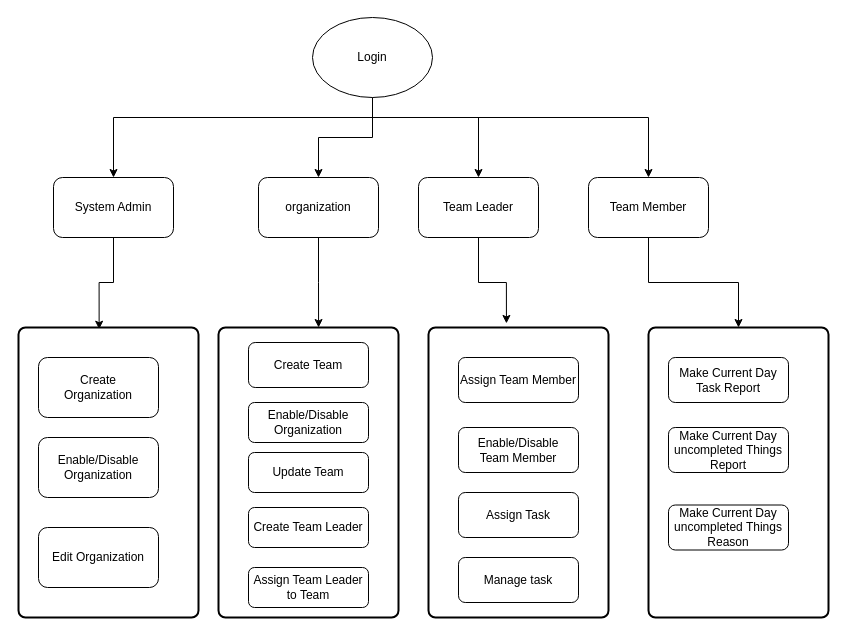
MdGolam-Kibria/ApiForRoadsideHelper keeps this draw.io diagram as dailyStandupMeeting.drawio. Above is the earlier version. Source tidied: cells renumbered, new cells numbered last; positions are measured from the earlier drawing's top-left corner, leaving out a move shared by most shapes. Both pictures are drawn from the tidied source at 100%, with x=0, y=0 at pixel (18, 17).
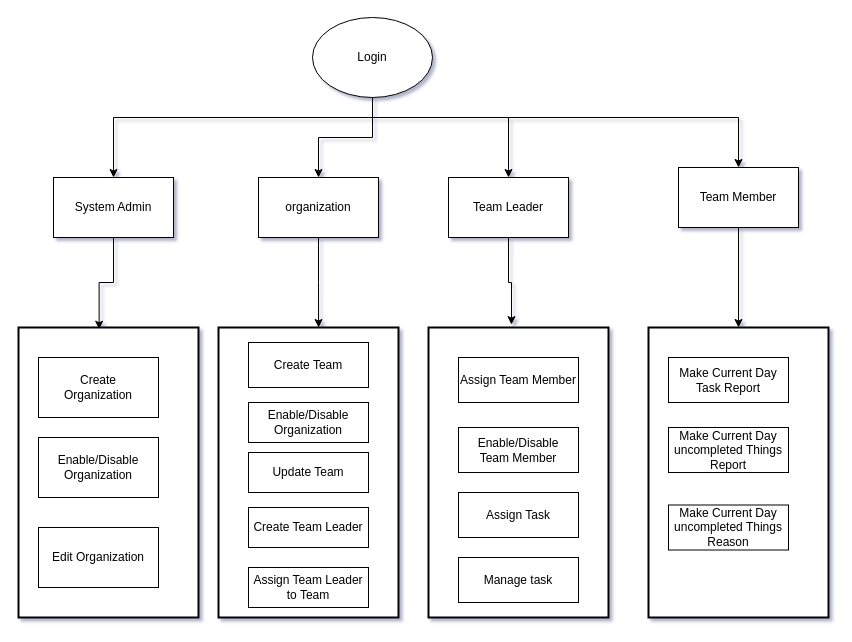
After the change.

Diff of the diagram source:
```diff
@@
-<mxGraphModel>
+<mxGraphModel background="#ffffff" shadow="1">
@@
     <mxCell id="4" style="edgeStyle=orthogonalEdgeStyle;rounded=0;jettySize=auto;html=1;exitX=0.5;exitY=1;exitDx=0;exitDy=0;entryX=0.5;entryY=0;entryDx=0;entryDy=0;" parent="1" edge="1" source="6" target="13">
       <mxGeometry relative="1" as="geometry">
         <Array as="points">
-          <mxPoint x="460" y="100" />
+          <mxPoint x="354" y="100" />
+          <mxPoint x="490" y="100" />
         </Array>
       </mxGeometry>
     </mxCell>
     <mxCell id="5" style="edgeStyle=orthogonalEdgeStyle;rounded=0;jettySize=auto;html=1;exitX=0.5;exitY=1;exitDx=0;exitDy=0;entryX=0.5;entryY=0;entryDx=0;entryDy=0;" parent="1" edge="1" source="6" target="15">
       <mxGeometry relative="1" as="geometry">
         <Array as="points">
-          <mxPoint x="630" y="100" />
+          <mxPoint x="354" y="100" />
+          <mxPoint x="720" y="100" />
         </Array>
       </mxGeometry>
     </mxCell>
-    <mxCell id="6" style="ellipse;whiteSpace=wrap;html=1;" parent="1" vertex="1">
+    <mxCell id="6" style="ellipse;whiteSpace=wrap;html=1;rounded=0;" parent="1" vertex="1">
       <mxGeometry x="294" width="120" height="80" as="geometry" />
     </mxCell>
@@
-    <mxCell id="9" value="System Admin" style="rounded=1;whiteSpace=wrap;html=1;" parent="1" vertex="1">
+    <mxCell id="9" value="System Admin" style="rounded=0;whiteSpace=wrap;html=1;" parent="1" vertex="1">
       <mxGeometry x="35" y="160" width="120" height="60" as="geometry" />
     </mxCell>
@@
-    <mxCell id="11" value="organization" style="rounded=1;whiteSpace=wrap;html=1;" parent="1" vertex="1">
+    <mxCell id="11" value="organization" style="rounded=0;whiteSpace=wrap;html=1;" parent="1" vertex="1">
       <mxGeometry x="240" y="160" width="120" height="60" as="geometry" />
     </mxCell>
-    <mxCell id="12" style="edgeStyle=orthogonalEdgeStyle;rounded=0;jettySize=auto;html=1;entryX=0.433;entryY=-0.014;entryDx=0;entryDy=0;entryPerimeter=0;" parent="1" edge="1" source="13" target="22">
+    <mxCell id="12" style="edgeStyle=orthogonalEdgeStyle;rounded=0;jettySize=auto;html=1;entryX=0.461;entryY=-0.01;entryDx=0;entryDy=0;entryPerimeter=0;" parent="1" edge="1" source="13" target="22">
       <mxGeometry relative="1" as="geometry" />
     </mxCell>
-    <mxCell id="13" value="Team Leader" style="rounded=1;whiteSpace=wrap;html=1;" parent="1" vertex="1">
-      <mxGeometry x="400" y="160" width="120" height="60" as="geometry" />
+    <mxCell id="13" value="Team Leader" style="rounded=0;whiteSpace=wrap;html=1;" parent="1" vertex="1">
+      <mxGeometry x="430" y="160" width="120" height="60" as="geometry" />
     </mxCell>
@@
-    <mxCell id="15" value="Team Member" style="rounded=1;whiteSpace=wrap;html=1;" parent="1" vertex="1">
-      <mxGeometry x="570" y="160" width="120" height="60" as="geometry" />
+    <mxCell id="15" value="Team Member" style="rounded=0;whiteSpace=wrap;html=1;" parent="1" vertex="1">
+      <mxGeometry x="660" y="150" width="120" height="60" as="geometry" />
     </mxCell>
-    <mxCell id="16" style="rounded=1;whiteSpace=wrap;html=1;absoluteArcSize=1;arcSize=14;strokeWidth=2;gradientColor=none;" parent="1" vertex="1">
+    <mxCell id="16" style="rounded=0;whiteSpace=wrap;html=1;absoluteArcSize=1;arcSize=14;strokeWidth=2;gradientColor=none;" parent="1" vertex="1">
       <mxGeometry y="310" width="180" height="290" as="geometry" />
     </mxCell>
-    <mxCell id="17" style="rounded=1;whiteSpace=wrap;html=1;gradientColor=none;" parent="1" vertex="1">
+    <mxCell id="17" style="rounded=0;whiteSpace=wrap;html=1;gradientColor=none;" parent="1" vertex="1">
       <mxGeometry x="20" y="340" width="120" height="60" as="geometry" />
     </mxCell>
@@
-    <mxCell id="19" value="Enable/Disable&lt;br&gt;Organization" style="rounded=1;whiteSpace=wrap;html=1;gradientColor=none;" parent="1" vertex="1">
+    <mxCell id="19" value="Enable/Disable&lt;br&gt;Organization" style="rounded=0;whiteSpace=wrap;html=1;gradientColor=none;" parent="1" vertex="1">
       <mxGeometry x="20" y="420" width="120" height="60" as="geometry" />
     </mxCell>
-    <mxCell id="20" value="Edit Organization" style="rounded=1;whiteSpace=wrap;html=1;gradientColor=none;" parent="1" vertex="1">
+    <mxCell id="20" value="Edit Organization" style="rounded=0;whiteSpace=wrap;html=1;gradientColor=none;" parent="1" vertex="1">
       <mxGeometry x="20" y="510" width="120" height="60" as="geometry" />
     </mxCell>
-    <mxCell id="21" style="rounded=1;whiteSpace=wrap;html=1;absoluteArcSize=1;arcSize=14;strokeWidth=2;gradientColor=none;" parent="1" vertex="1">
+    <mxCell id="21" style="rounded=0;whiteSpace=wrap;html=1;absoluteArcSize=1;arcSize=14;strokeWidth=2;gradientColor=none;" parent="1" vertex="1">
       <mxGeometry x="200" y="310" width="180" height="290" as="geometry" />
     </mxCell>
-    <mxCell id="22" style="rounded=1;whiteSpace=wrap;html=1;absoluteArcSize=1;arcSize=14;strokeWidth=2;gradientColor=none;" parent="1" vertex="1">
+    <mxCell id="22" style="rounded=0;whiteSpace=wrap;html=1;absoluteArcSize=1;arcSize=14;strokeWidth=2;gradientColor=none;" parent="1" vertex="1">
       <mxGeometry x="410" y="310" width="180" height="290" as="geometry" />
     </mxCell>
-    <mxCell id="23" style="rounded=1;whiteSpace=wrap;html=1;absoluteArcSize=1;arcSize=14;strokeWidth=2;gradientColor=none;" parent="1" vertex="1">
+    <mxCell id="23" style="rounded=0;whiteSpace=wrap;html=1;absoluteArcSize=1;arcSize=14;strokeWidth=2;gradientColor=none;" parent="1" vertex="1">
       <mxGeometry x="630" y="310" width="180" height="290" as="geometry" />
     </mxCell>
-    <mxCell id="24" value="Create Team" style="rounded=1;whiteSpace=wrap;html=1;gradientColor=none;" parent="1" vertex="1">
+    <mxCell id="24" value="Create Team" style="rounded=0;whiteSpace=wrap;html=1;gradientColor=none;" parent="1" vertex="1">
       <mxGeometry x="230" y="325" width="120" height="45" as="geometry" />
     </mxCell>
-    <mxCell id="25" value="Enable/Disable&lt;br&gt;Organization" style="rounded=1;whiteSpace=wrap;html=1;gradientColor=none;" parent="1" vertex="1">
+    <mxCell id="25" value="Enable/Disable&lt;br&gt;Organization" style="rounded=0;whiteSpace=wrap;html=1;gradientColor=none;" parent="1" vertex="1">
       <mxGeometry x="230" y="385" width="120" height="40" as="geometry" />
     </mxCell>
-    <mxCell id="26" value="Update Team" style="rounded=1;whiteSpace=wrap;html=1;gradientColor=none;" parent="1" vertex="1">
+    <mxCell id="26" value="Update Team" style="rounded=0;whiteSpace=wrap;html=1;gradientColor=none;" parent="1" vertex="1">
       <mxGeometry x="230" y="435" width="120" height="40" as="geometry" />
     </mxCell>
-    <mxCell id="27" value="Create Team Leader" style="rounded=1;whiteSpace=wrap;html=1;gradientColor=none;" parent="1" vertex="1">
+    <mxCell id="27" value="Create Team Leader" style="rounded=0;whiteSpace=wrap;html=1;gradientColor=none;" parent="1" vertex="1">
       <mxGeometry x="230" y="490" width="120" height="40" as="geometry" />
     </mxCell>
-    <mxCell id="28" value="Assign Team Leader&lt;br&gt;to Team" style="rounded=1;whiteSpace=wrap;html=1;gradientColor=none;" parent="1" vertex="1">
+    <mxCell id="28" value="Assign Team Leader&lt;br&gt;to Team" style="rounded=0;whiteSpace=wrap;html=1;gradientColor=none;" parent="1" vertex="1">
       <mxGeometry x="230" y="550" width="120" height="40" as="geometry" />
     </mxCell>
-    <mxCell id="29" value="Assign Team Member" style="rounded=1;whiteSpace=wrap;html=1;gradientColor=none;" parent="1" vertex="1">
+    <mxCell id="29" value="Assign Team Member" style="rounded=0;whiteSpace=wrap;html=1;gradientColor=none;" parent="1" vertex="1">
       <mxGeometry x="440" y="340" width="120" height="45" as="geometry" />
     </mxCell>
-    <mxCell id="30" value="Enable/Disable&lt;br&gt;Team Member" style="rounded=1;whiteSpace=wrap;html=1;gradientColor=none;" parent="1" vertex="1">
+    <mxCell id="30" value="Enable/Disable&lt;br&gt;Team Member" style="rounded=0;whiteSpace=wrap;html=1;gradientColor=none;" parent="1" vertex="1">
       <mxGeometry x="440" y="410" width="120" height="45" as="geometry" />
     </mxCell>
-    <mxCell id="31" value="Assign Task" style="rounded=1;whiteSpace=wrap;html=1;gradientColor=none;" parent="1" vertex="1">
+    <mxCell id="31" value="Assign Task" style="rounded=0;whiteSpace=wrap;html=1;gradientColor=none;" parent="1" vertex="1">
       <mxGeometry x="440" y="475" width="120" height="45" as="geometry" />
     </mxCell>
-    <mxCell id="32" value="Manage task" style="rounded=1;whiteSpace=wrap;html=1;gradientColor=none;" parent="1" vertex="1">
+    <mxCell id="32" value="Manage task" style="rounded=0;whiteSpace=wrap;html=1;gradientColor=none;" parent="1" vertex="1">
       <mxGeometry x="440" y="540" width="120" height="45" as="geometry" />
     </mxCell>
-    <mxCell id="33" value="Make Current Day Task Report" style="rounded=1;whiteSpace=wrap;html=1;gradientColor=none;" parent="1" vertex="1">
+    <mxCell id="33" value="Make Current Day Task Report" style="rounded=0;whiteSpace=wrap;html=1;gradientColor=none;" parent="1" vertex="1">
       <mxGeometry x="650" y="340" width="120" height="45" as="geometry" />
     </mxCell>
-    <mxCell id="34" value="Make Current Day&lt;br&gt;uncompleted Things Report" style="rounded=1;whiteSpace=wrap;html=1;gradientColor=none;" parent="1" vertex="1">
+    <mxCell id="34" value="Make Current Day&lt;br&gt;uncompleted Things Report" style="rounded=0;whiteSpace=wrap;html=1;gradientColor=none;" parent="1" vertex="1">
       <mxGeometry x="650" y="410" width="120" height="45" as="geometry" />
     </mxCell>
-    <mxCell id="35" value="Make Current Day&lt;br&gt;uncompleted Things Reason" style="rounded=1;whiteSpace=wrap;html=1;gradientColor=none;" parent="1" vertex="1">
+    <mxCell id="35" value="Make Current Day&lt;br&gt;uncompleted Things Reason" style="rounded=0;whiteSpace=wrap;html=1;gradientColor=none;" parent="1" vertex="1">
       <mxGeometry x="650" y="487.5" width="120" height="45" as="geometry" />
     </mxCell>
```
